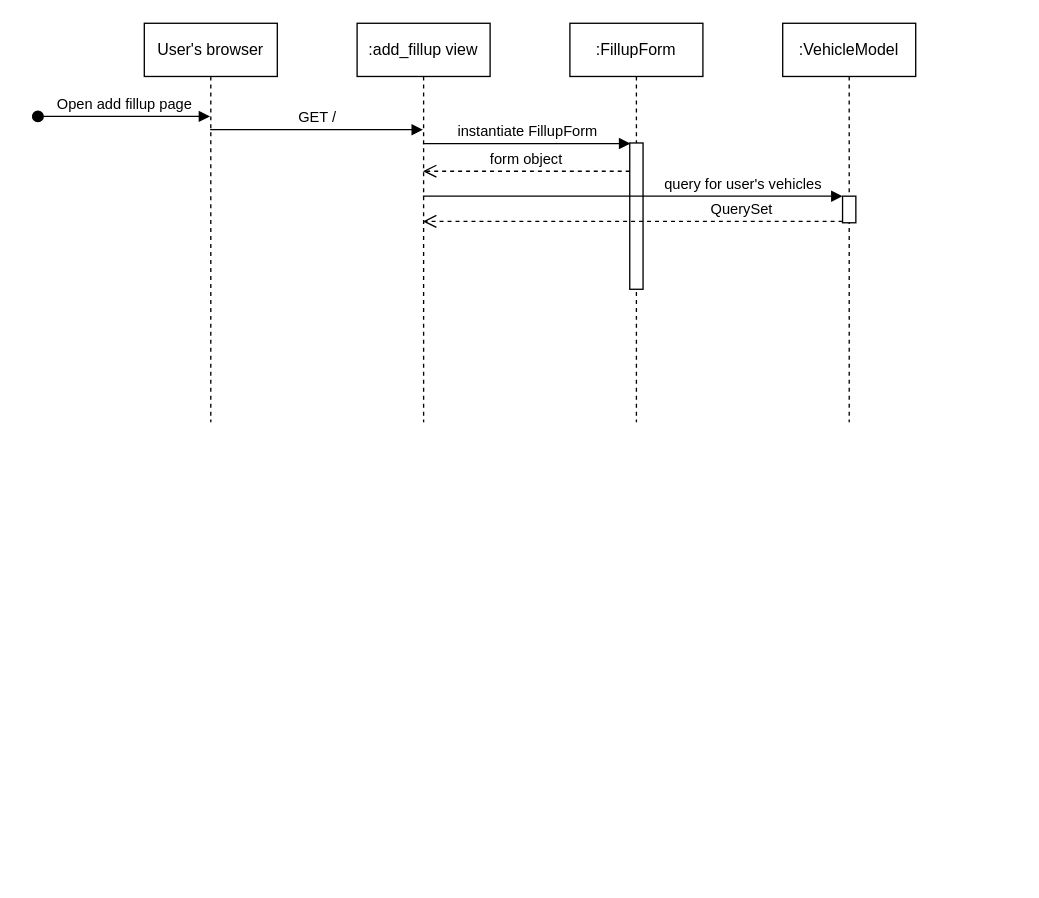
Before: documentation/fillup-addition-sequence.drawio in mtijas/lopokulu, a draw.io diagram. Source tidied: cells renumbered, new cells numbered last; positions are measured from the earlier drawing's top-left corner, leaving out a move shared by most shapes. Both pictures are drawn from the tidied source at 133%, with x=0, y=0 at pixel (37, 23).
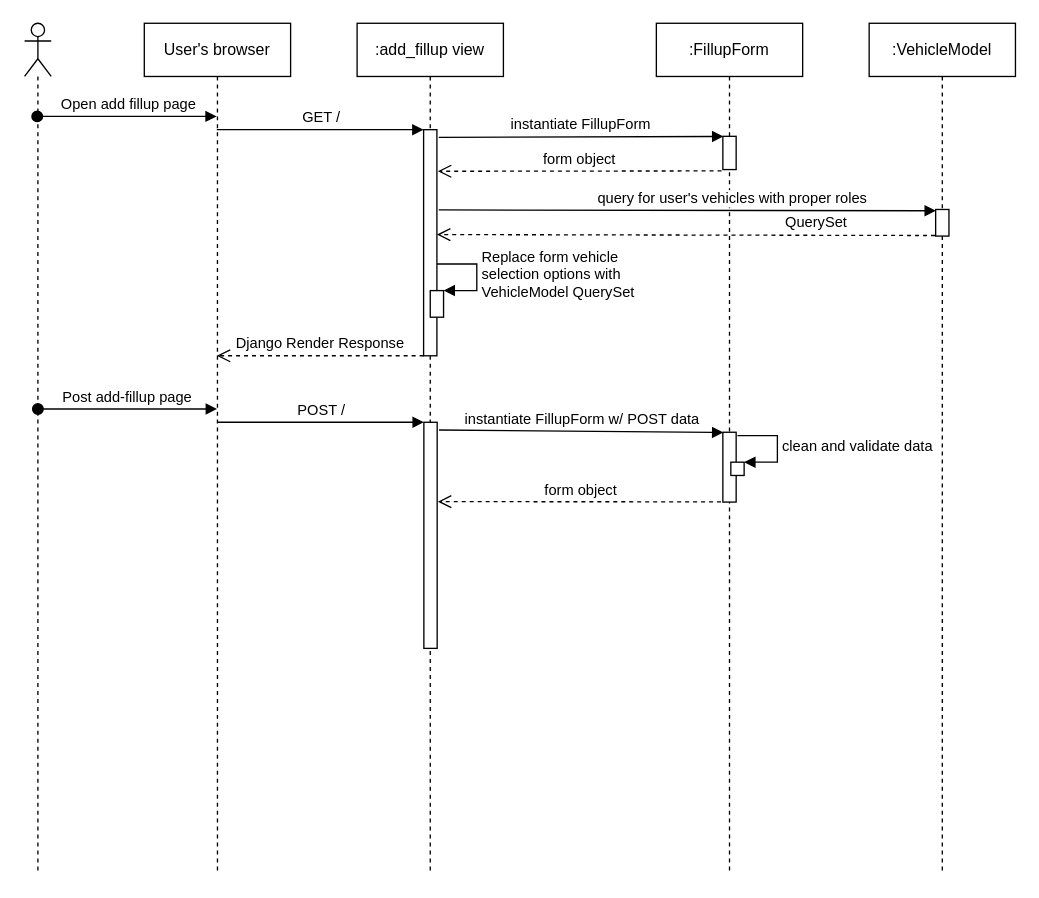
Above is the later version.

Change to the diagram source:
```diff
@@
-    <mxCell id="2" value="User's browser" style="shape=umlLifeline;perimeter=lifelinePerimeter;whiteSpace=wrap;html=1;outlineConnect=0;" parent="1" vertex="1">
-      <mxGeometry x="80" width="100" height="300" as="geometry" />
-    </mxCell>
-    <mxCell id="3" value=":add_fillup view" style="shape=umlLifeline;perimeter=lifelinePerimeter;whiteSpace=wrap;html=1;outlineConnect=0;" parent="1" vertex="1">
-      <mxGeometry x="240" width="100" height="300" as="geometry" />
-    </mxCell>
     <mxCell id="4" value=":FillupForm" style="shape=umlLifeline;perimeter=lifelinePerimeter;whiteSpace=wrap;html=1;" parent="1" vertex="1">
-      <mxGeometry x="400" width="100" height="300" as="geometry" />
+      <mxGeometry x="465" width="110" height="640" as="geometry" />
     </mxCell>
     <mxCell id="5" style="html=1;points=[];perimeter=orthogonalPerimeter;" parent="4" vertex="1">
-      <mxGeometry x="45" y="90" width="10" height="110" as="geometry" />
+      <mxGeometry x="50" y="85" width="10" height="25" as="geometry" />
     </mxCell>
+    <mxCell id="14" style="html=1;points=[];perimeter=orthogonalPerimeter;" parent="4" vertex="1">
+      <mxGeometry x="50" y="307.5" width="10" height="52.5" as="geometry" />
+    </mxCell>
+    <mxCell id="3" value=":add_fillup view" style="shape=umlLifeline;perimeter=lifelinePerimeter;whiteSpace=wrap;html=1;outlineConnect=0;" parent="1" vertex="1">
+      <mxGeometry x="240" width="110" height="640" as="geometry" />
+    </mxCell>
+    <mxCell id="15" value="Replace form vehicle&lt;br&gt;selection options with&lt;br&gt;VehicleModel QuerySet" style="edgeStyle=orthogonalEdgeStyle;html=1;align=left;spacingLeft=2;endArrow=block;rounded=0;entryX=1;entryY=0;comic=0;" parent="3" edge="1" target="21">
+      <mxGeometry relative="1" as="geometry">
+        <mxPoint x="60" y="181" as="sourcePoint" />
+        <Array as="points">
+          <mxPoint x="90" y="181" />
+          <mxPoint x="90" y="201" />
+        </Array>
+      </mxGeometry>
+    </mxCell>
+    <mxCell id="16" style="html=1;points=[];perimeter=orthogonalPerimeter;" parent="3" vertex="1">
+      <mxGeometry x="50" y="80" width="10" height="170" as="geometry" />
+    </mxCell>
+    <mxCell id="17" value="Django Render Response" style="html=1;verticalAlign=bottom;endArrow=open;dashed=1;endSize=8;rounded=0;comic=0;" parent="3" edge="1" target="2">
+      <mxGeometry relative="1" as="geometry">
+        <mxPoint x="50" y="250" as="sourcePoint" />
+      </mxGeometry>
+    </mxCell>
+    <mxCell id="18" style="html=1;points=[];perimeter=orthogonalPerimeter;" parent="3" vertex="1">
+      <mxGeometry x="50.2" y="300" width="10" height="170" as="geometry" />
+    </mxCell>
+    <mxCell id="19" value="Post add-fillup page" style="html=1;verticalAlign=bottom;startArrow=oval;startFill=1;endArrow=block;startSize=8;rounded=0;" parent="3" edge="1">
+      <mxGeometry relative="1" as="geometry">
+        <mxPoint x="-240" y="290" as="sourcePoint" />
+        <mxPoint x="-105.3" y="290" as="targetPoint" />
+        <Array as="points">
+          <mxPoint x="-179.8" y="290" />
+        </Array>
+      </mxGeometry>
+    </mxCell>
+    <mxCell id="20" value="POST /" style="html=1;verticalAlign=bottom;endArrow=block;rounded=0;" parent="3" edge="1">
+      <mxGeometry relative="1" as="geometry">
+        <mxPoint x="-105" y="300" as="sourcePoint" />
+        <mxPoint x="50.2" y="300" as="targetPoint" />
+        <Array as="points">
+          <mxPoint x="10.2" y="300" />
+        </Array>
+      </mxGeometry>
+    </mxCell>
+    <mxCell id="2" value="User's browser" style="shape=umlLifeline;perimeter=lifelinePerimeter;whiteSpace=wrap;html=1;outlineConnect=0;" parent="1" vertex="1">
+      <mxGeometry x="80" width="110" height="640" as="geometry" />
+    </mxCell>
     <mxCell id="6" value=":VehicleModel" style="shape=umlLifeline;perimeter=lifelinePerimeter;whiteSpace=wrap;html=1;" parent="1" vertex="1">
-      <mxGeometry x="560" width="100" height="300" as="geometry" />
+      <mxGeometry x="625" width="110" height="640" as="geometry" />
     </mxCell>
-    <mxCell id="7" style="html=1;points=[];perimeter=orthogonalPerimeter;" parent="6" vertex="1">
-      <mxGeometry x="45" y="130" width="10" height="20" as="geometry" />
+    <mxCell id="7" style="html=1;points=[];perimeter=orthogonalPerimeter;fixDash=0;" parent="6" vertex="1">
+      <mxGeometry x="50" y="140" width="10" height="20" as="geometry" />
     </mxCell>
-    <mxCell id="8" value="Open add fillup page" style="html=1;verticalAlign=bottom;startArrow=oval;startFill=1;endArrow=block;startSize=8;rounded=0;" parent="1" edge="1" target="2">
+    <mxCell id="8" value="Open add fillup page" style="html=1;verticalAlign=bottom;startArrow=oval;startFill=1;endArrow=block;startSize=8;rounded=0;" parent="1" edge="1" source="22" target="2">
       <mxGeometry relative="1" as="geometry">
-        <mxPoint y="70" as="sourcePoint" />
+        <Array as="points">
+          <mxPoint x="60" y="70" />
+        </Array>
       </mxGeometry>
     </mxCell>
-    <mxCell id="9" value="GET /" style="html=1;verticalAlign=bottom;endArrow=block;rounded=0;" parent="1" edge="1" source="2" target="3">
+    <mxCell id="9" value="GET /" style="html=1;verticalAlign=bottom;endArrow=block;rounded=0;" parent="1" edge="1" source="2">
       <mxGeometry relative="1" as="geometry">
+        <mxPoint x="290" y="80" as="targetPoint" />
         <Array as="points">
-          <mxPoint x="230" y="80" />
+          <mxPoint x="250" y="80" />
         </Array>
       </mxGeometry>
     </mxCell>
-    <mxCell id="10" value="instantiate FillupForm" style="html=1;verticalAlign=bottom;endArrow=block;rounded=0;entryX=0.043;entryY=0.004;entryDx=0;entryDy=0;entryPerimeter=0;" parent="1" edge="1" source="3" target="5">
+    <mxCell id="10" value="instantiate FillupForm" style="html=1;verticalAlign=bottom;endArrow=block;rounded=0;entryX=0.043;entryY=0.004;entryDx=0;entryDy=0;entryPerimeter=0;comic=0;exitX=1.141;exitY=0.034;exitDx=0;exitDy=0;exitPerimeter=0;" parent="1" edge="1" source="16" target="5">
       <mxGeometry relative="1" as="geometry" />
     </mxCell>
-    <mxCell id="11" value="form object" style="html=1;verticalAlign=bottom;endArrow=open;dashed=1;endSize=8;rounded=0;exitX=-0.005;exitY=0.193;exitDx=0;exitDy=0;exitPerimeter=0;" parent="1" edge="1" source="5" target="3">
+    <mxCell id="11" value="form object" style="html=1;verticalAlign=bottom;endArrow=open;dashed=1;endSize=8;rounded=0;exitX=-0.1;exitY=1.04;exitDx=0;exitDy=0;exitPerimeter=0;entryX=1.072;entryY=0.184;entryDx=0;entryDy=0;entryPerimeter=0;" parent="1" edge="1" source="5" target="16">
       <mxGeometry relative="1" as="geometry" />
     </mxCell>
-    <mxCell id="12" value="query for user's vehicles" style="html=1;verticalAlign=bottom;endArrow=block;entryX=0;entryY=0;rounded=0;" parent="1" edge="1" source="3" target="7">
-      <mxGeometry x="0.52" relative="1" as="geometry" />
+    <mxCell id="12" value="query for user's vehicles with proper roles" style="html=1;verticalAlign=bottom;endArrow=block;entryX=0.021;entryY=0.048;rounded=0;exitX=1.141;exitY=0.355;exitDx=0;exitDy=0;exitPerimeter=0;entryDx=0;entryDy=0;entryPerimeter=0;" parent="1" edge="1" source="16" target="7">
+      <mxGeometry x="0.18" relative="1" as="geometry" />
     </mxCell>
-    <mxCell id="13" value="QuerySet" style="html=1;verticalAlign=bottom;endArrow=open;dashed=1;endSize=8;exitX=0;exitY=0.95;rounded=0;" parent="1" edge="1" source="7" target="3">
+    <mxCell id="13" value="QuerySet" style="html=1;verticalAlign=bottom;endArrow=open;dashed=1;endSize=8;rounded=0;entryX=1.003;entryY=0.464;entryDx=0;entryDy=0;entryPerimeter=0;exitX=-0.048;exitY=0.979;exitDx=0;exitDy=0;exitPerimeter=0;" parent="1" edge="1" source="7" target="16">
       <mxGeometry x="-0.52" relative="1" as="geometry" />
     </mxCell>
+    <mxCell id="21" style="html=1;points=[];perimeter=orthogonalPerimeter;" parent="1" vertex="1">
+      <mxGeometry x="295" y="201" width="10" height="20" as="geometry" />
+    </mxCell>
+    <mxCell id="22" style="shape=umlLifeline;participant=umlActor;perimeter=lifelinePerimeter;whiteSpace=wrap;html=1;verticalAlign=top;spacingTop=36;outlineConnect=0;" parent="1" vertex="1">
+      <mxGeometry x="-10" width="20" height="640" as="geometry" />
+    </mxCell>
+    <mxCell id="23" style="html=1;points=[];perimeter=orthogonalPerimeter;" parent="1" vertex="1">
+      <mxGeometry x="521" y="330" width="10" height="10" as="geometry" />
+    </mxCell>
+    <mxCell id="24" value="clean and validate data" style="edgeStyle=orthogonalEdgeStyle;html=1;align=left;spacingLeft=2;endArrow=block;rounded=0;entryX=1;entryY=0;comic=0;" parent="1" edge="1" target="23">
+      <mxGeometry relative="1" as="geometry">
+        <mxPoint x="526" y="310" as="sourcePoint" />
+        <Array as="points">
+          <mxPoint x="556" y="310" />
+        </Array>
+      </mxGeometry>
+    </mxCell>
+    <mxCell id="25" value="instantiate FillupForm w/ POST data" style="html=1;verticalAlign=bottom;endArrow=block;rounded=0;entryX=0.043;entryY=0.004;entryDx=0;entryDy=0;entryPerimeter=0;comic=0;exitX=1.141;exitY=0.034;exitDx=0;exitDy=0;exitPerimeter=0;" parent="1" edge="1" source="18" target="14">
+      <mxGeometry relative="1" as="geometry" />
+    </mxCell>
+    <mxCell id="26" value="form object" style="html=1;verticalAlign=bottom;endArrow=open;dashed=1;endSize=8;rounded=0;exitX=-0.136;exitY=0.997;exitDx=0;exitDy=0;exitPerimeter=0;entryX=1.053;entryY=0.351;entryDx=0;entryDy=0;entryPerimeter=0;" parent="1" edge="1" source="14" target="18">
+      <mxGeometry relative="1" as="geometry" />
+    </mxCell>
```
